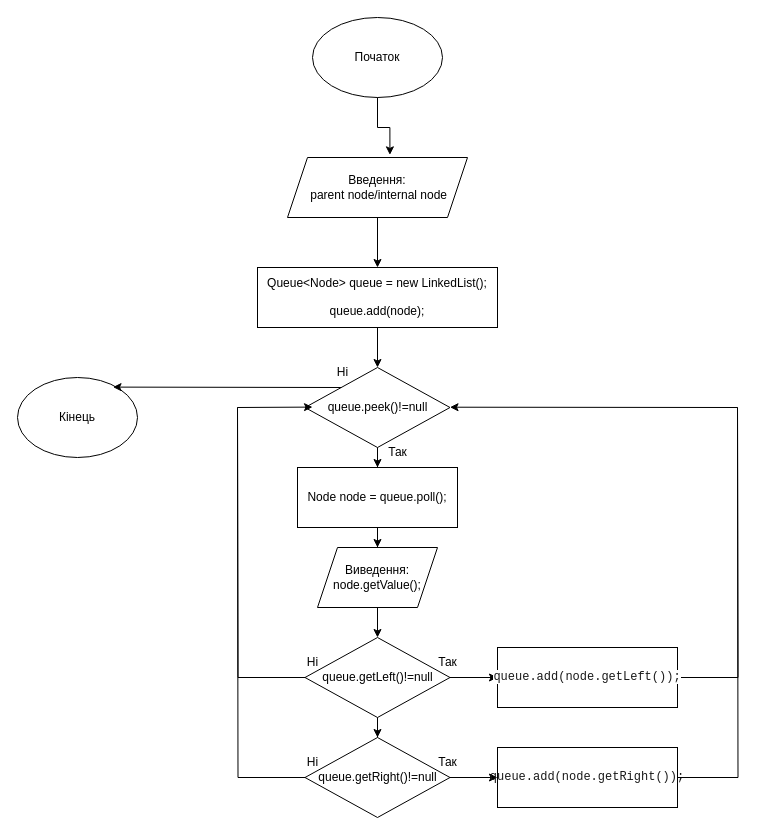
This is src/task/task2/block_diagrams/iterative_traversal.drawio from Zidan4ik/Algorithms, a draw.io file, before an edit. Source tidied: cells renumbered, new cells numbered last; positions are measured from the earlier drawing's top-left corner, leaving out a move shared by most shapes. Both pictures are drawn from the tidied source at 100%, with x=0, y=0 at pixel (17, 17).
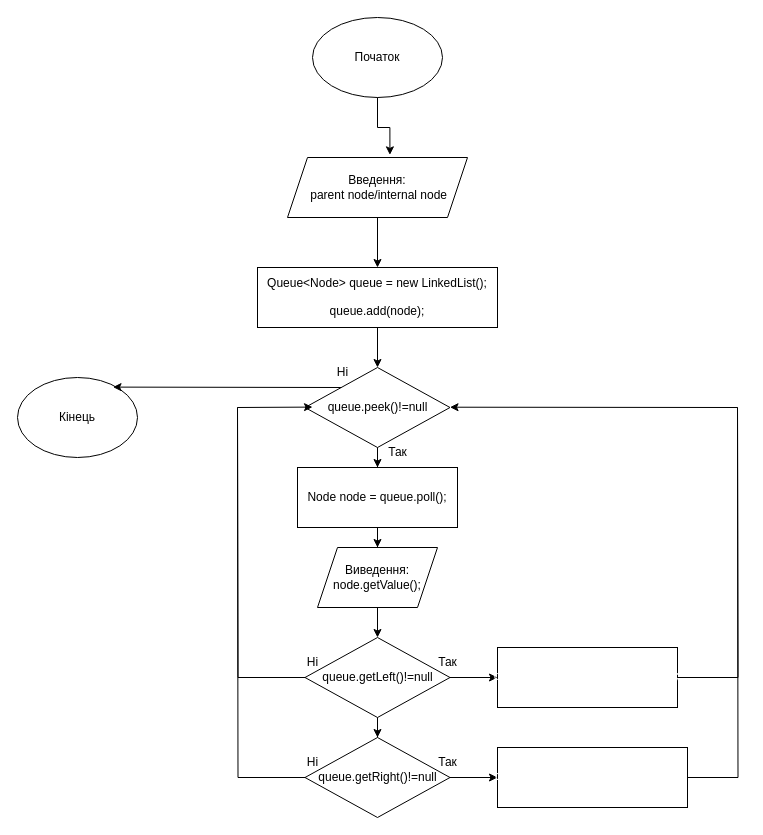
The same page after the edit.

Diff of the diagram source:
```diff
@@
-    <mxCell id="23" value="&lt;pre style=&quot;border-color: var(--border-color);&quot;&gt;&lt;font style=&quot;border-color: var(--border-color);&quot; color=&quot;#1a1a1a&quot;&gt;queue.add(node.getRight());&lt;/font&gt;&lt;/pre&gt;" style="rounded=0;whiteSpace=wrap;html=1;" parent="1" vertex="1">
-      <mxGeometry x="480" y="730" width="180" height="60" as="geometry" />
+    <mxCell id="23" value="&lt;pre style=&quot;border-color: var(--border-color);&quot;&gt;&lt;font color=&quot;#ffffff&quot; style=&quot;border-color: var(--border-color);&quot;&gt;queue.add(node.getRight());&lt;/font&gt;&lt;/pre&gt;" style="rounded=0;whiteSpace=wrap;html=1;" parent="1" vertex="1">
+      <mxGeometry x="480" y="730" width="190" height="60" as="geometry" />
     </mxCell>
@@
-    <mxCell id="25" value="&lt;div style=&quot;font-family: &amp;quot;JetBrains Mono&amp;quot;, monospace;&quot;&gt;&lt;pre style=&quot;&quot;&gt;&lt;font style=&quot;background-color: rgb(255, 255, 255);&quot; color=&quot;#1a1a1a&quot;&gt;queue.add(node.getLeft());&lt;/font&gt;&lt;/pre&gt;&lt;/div&gt;" style="rounded=0;whiteSpace=wrap;html=1;" parent="1" vertex="1">
+    <mxCell id="25" value="&lt;div style=&quot;font-family: &amp;quot;JetBrains Mono&amp;quot;, monospace;&quot;&gt;&lt;pre style=&quot;&quot;&gt;&lt;font color=&quot;#ffffff&quot;&gt;queue.add(node.getLeft());&lt;/font&gt;&lt;/pre&gt;&lt;/div&gt;" style="rounded=0;whiteSpace=wrap;html=1;" parent="1" vertex="1">
       <mxGeometry x="480" y="630" width="180" height="60" as="geometry" />
     </mxCell>
```
